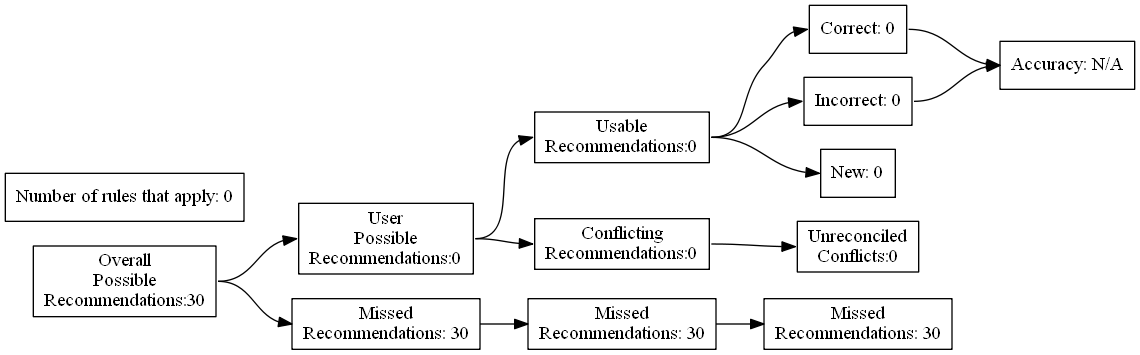
ZaxR/ibd_diet_analysis keeps this Graphviz diagram as test_renders/23.gv.png. Above is the earlier version. Its source is kept beside it as test_renders/23.gv.
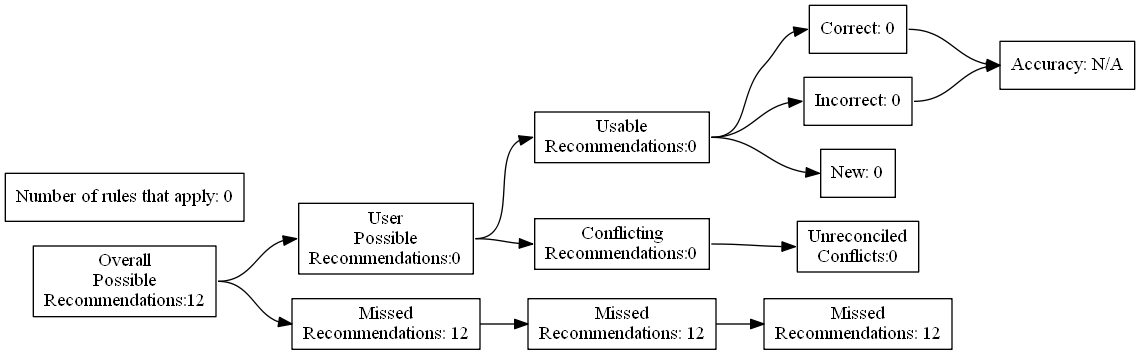
Above is the later version.

Diff of the diagram source:
```diff
@@ -4,25 +4,25 @@
 	edge [headport=w tailport=e]
 		A [label="Overall
 Possible
-Recommendations:30"]
+Recommendations:12"]
 		B [label="User
 Possible
 Recommendations:0"]
 		C [label="Missed
-Recommendations: 30"]
+Recommendations: 12"]
 		D [label="Usable
 Recommendations:0"]
 		E [label="Conflicting
 Recommendations:0"]
 		J [label="Missed
-Recommendations: 30"]
+Recommendations: 12"]
 		M [label="Unreconciled
 Conflicts:0"]
 		F [label="Correct: 0"]
 		G [label="Incorrect: 0"]
 		H [label="New: 0"]
 		K [label="Missed
-Recommendations: 30"]
+Recommendations: 12"]
 		I [label="Accuracy: N/A"]
 		l [label="Number of rules that apply: 0"]
 			A -> B
```
